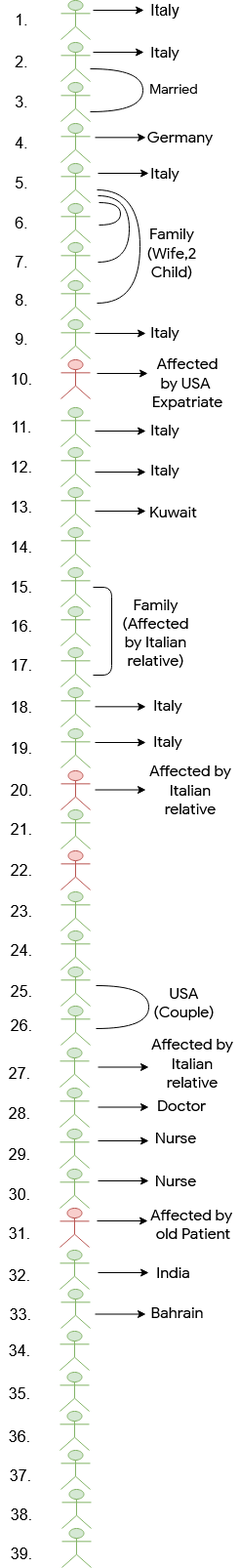
TeamTigers/coronainfobd keeps this draw.io diagram as assets/img/CoronaInfo.PNG. Above is the earlier version. Source tidied: cells renumbered, new cells last; positions are measured from the earlier drawing's top-left corner, leaving out a move shared by most shapes.
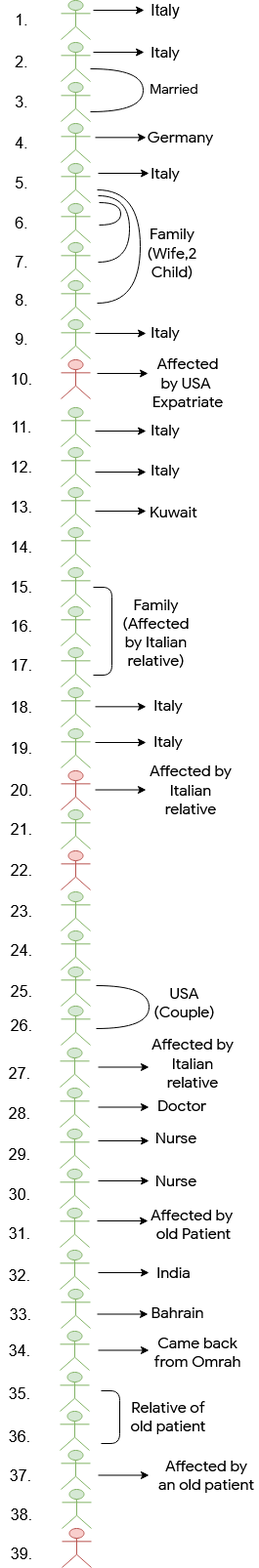
After the change.

Commit message:
change in mind map

What changed in the source:
```diff
@@ -391,7 +391,7 @@
         <mxPoint x="152" y="1209" as="targetPoint" />
       </mxGeometry>
     </mxCell>
-    <mxCell id="104" style="shape=umlActor;verticalLabelPosition=bottom;labelBackgroundColor=#ffffff;verticalAlign=top;html=1;fillColor=#f8cecc;strokeColor=#b85450;" parent="1" vertex="1">
+    <mxCell id="104" style="shape=umlActor;verticalLabelPosition=bottom;labelBackgroundColor=#ffffff;verticalAlign=top;html=1;fillColor=#d5e8d4;strokeColor=#82b366;" parent="1" vertex="1">
       <mxGeometry x="61" y="1237" width="30" height="40" as="geometry" />
     </mxCell>
     <mxCell id="105" value="&lt;font style=&quot;font-size: 16px&quot;&gt;31.&lt;/font&gt;" style="text;html=1;strokeColor=none;fillColor=none;align=center;verticalAlign=middle;whiteSpace=wrap;rounded=0;" parent="1" vertex="1">
@@ -426,8 +426,8 @@
     </mxCell>
     <mxCell id="113" style="endArrow=classic;html=1;" parent="1" edge="1">
       <mxGeometry relative="1" as="geometry">
-        <mxPoint x="97" y="1345.5" as="sourcePoint" />
-        <mxPoint x="149" y="1345.5" as="targetPoint" />
+        <mxPoint x="99" y="1345.5" as="sourcePoint" />
+        <mxPoint x="151" y="1345.5" as="targetPoint" />
       </mxGeometry>
     </mxCell>
     <mxCell id="114" value="&lt;font style=&quot;font-size: 16px&quot;&gt;Affected by&amp;nbsp; old Patient&lt;br&gt;&lt;/font&gt;" style="text;html=1;strokeColor=none;fillColor=none;align=center;verticalAlign=middle;whiteSpace=wrap;rounded=0;fontFamily=Google Sans;" parent="1" vertex="1">
@@ -476,11 +476,41 @@
     <mxCell id="126" value="&lt;font style=&quot;font-size: 16px&quot;&gt;38.&lt;/font&gt;" style="text;html=1;strokeColor=none;fillColor=none;align=center;verticalAlign=middle;whiteSpace=wrap;rounded=0;" parent="1" vertex="1">
       <mxGeometry x="2" y="1541" width="40" height="20" as="geometry" />
     </mxCell>
-    <mxCell id="127" style="shape=umlActor;verticalLabelPosition=bottom;labelBackgroundColor=#ffffff;verticalAlign=top;html=1;fillColor=#d5e8d4;strokeColor=#82b366;" parent="1" vertex="1">
+    <mxCell id="127" style="shape=umlActor;verticalLabelPosition=bottom;labelBackgroundColor=#ffffff;verticalAlign=top;html=1;fillColor=#f8cecc;strokeColor=#b85450;" parent="1" vertex="1">
       <mxGeometry x="63" y="1565" width="30" height="40" as="geometry" />
     </mxCell>
     <mxCell id="128" value="&lt;font style=&quot;font-size: 16px&quot;&gt;39.&lt;/font&gt;" style="text;html=1;strokeColor=none;fillColor=none;align=center;verticalAlign=middle;whiteSpace=wrap;rounded=0;" parent="1" vertex="1">
       <mxGeometry x="2" y="1581" width="40" height="20" as="geometry" />
     </mxCell>
+    <mxCell id="129" style="endArrow=classic;html=1;" parent="1" edge="1">
+      <mxGeometry relative="1" as="geometry">
+        <mxPoint x="100" y="1510.5" as="sourcePoint" />
+        <mxPoint x="152" y="1510.5" as="targetPoint" />
+      </mxGeometry>
+    </mxCell>
+    <mxCell id="130" style="endArrow=none;html=1;edgeStyle=elbowEdgeStyle;" parent="1" edge="1">
+      <mxGeometry relative="1" as="geometry">
+        <mxPoint x="103" y="1478" as="sourcePoint" />
+        <mxPoint x="103" y="1424" as="targetPoint" />
+        <Array as="points">
+          <mxPoint x="122" y="1469" />
+        </Array>
+      </mxGeometry>
+    </mxCell>
+    <mxCell id="131" value="&lt;font style=&quot;font-size: 16px&quot;&gt;Relative of old patient &lt;br&gt;&lt;/font&gt;" style="text;html=1;strokeColor=none;fillColor=none;align=center;verticalAlign=middle;whiteSpace=wrap;rounded=0;fontFamily=Google Sans;" parent="1" vertex="1">
+      <mxGeometry x="131" y="1430" width="82" height="41" as="geometry" />
+    </mxCell>
+    <mxCell id="132" value="&lt;font style=&quot;font-size: 16px&quot;&gt;Affected by an old patient&lt;br&gt;&lt;/font&gt;" style="text;html=1;strokeColor=none;fillColor=none;align=center;verticalAlign=middle;whiteSpace=wrap;rounded=0;fontFamily=Google Sans;" parent="1" vertex="1">
+      <mxGeometry x="157.5" y="1491.5" width="106" height="39" as="geometry" />
+    </mxCell>
+    <mxCell id="133" style="endArrow=classic;html=1;" parent="1" edge="1">
+      <mxGeometry relative="1" as="geometry">
+        <mxPoint x="100" y="1382.5" as="sourcePoint" />
+        <mxPoint x="152" y="1382.5" as="targetPoint" />
+      </mxGeometry>
+    </mxCell>
+    <mxCell id="134" value="&lt;font style=&quot;font-size: 16px&quot;&gt;Came back from Omrah&lt;/font&gt;" style="text;html=1;strokeColor=none;fillColor=none;align=center;verticalAlign=middle;whiteSpace=wrap;rounded=0;fontFamily=Google Sans;" parent="1" vertex="1">
+      <mxGeometry x="153.5" y="1368" width="95.5" height="34" as="geometry" />
+    </mxCell>
   </root>
 </mxGraphModel>
```
